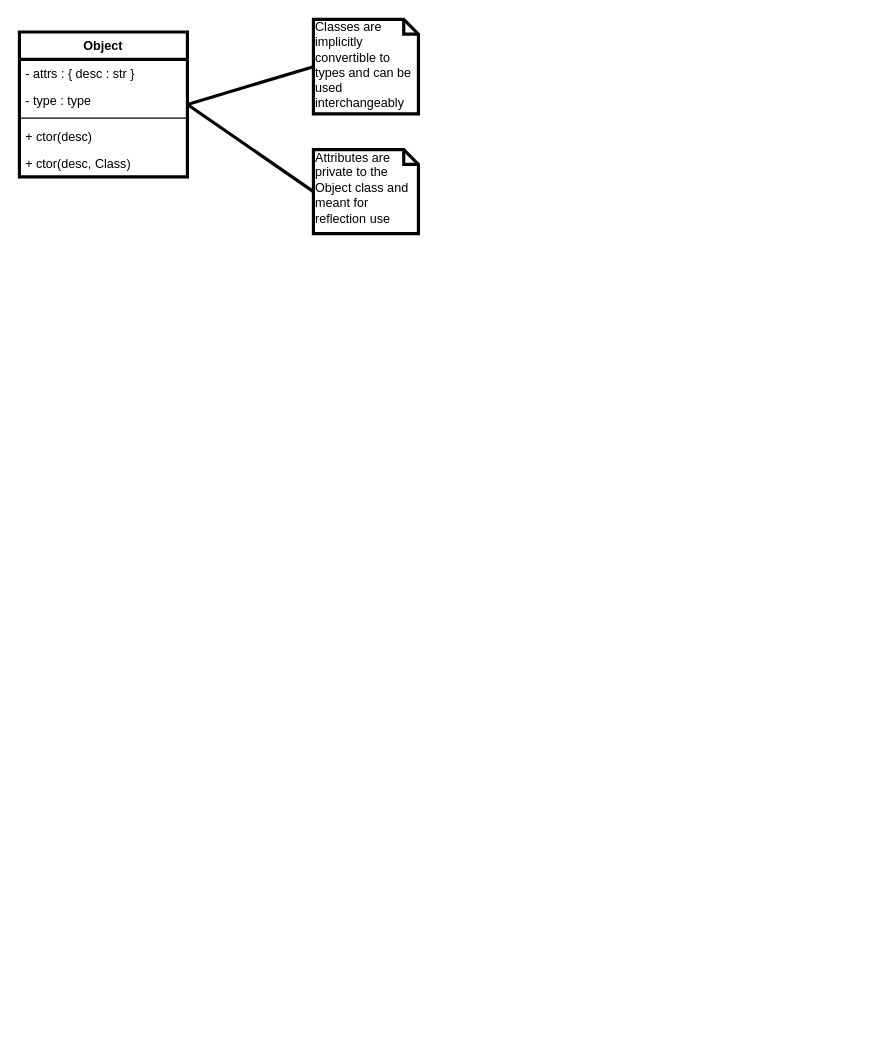
This is page "CoreClasses" (4 of 5) of docs/source/developer/uml.drawio from CMakePP/CMakePPLang, a draw.io file, before an edit. Source tidied: cells renumbered, new cells numbered last; positions are measured from the earlier drawing's top-left corner, leaving out a move shared by most shapes. Both pictures are drawn from the tidied source at 105%, with x=0, y=0 at pixel (19, 19).
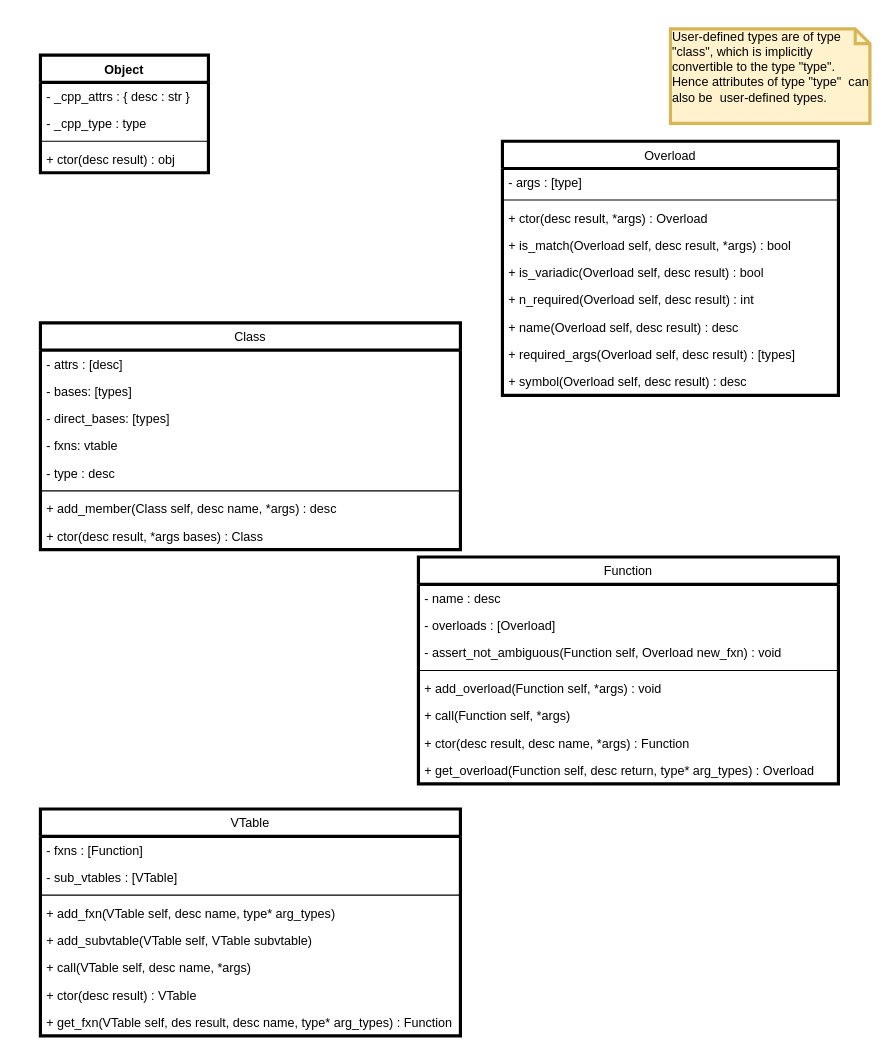
Above is the later version.

Diff of the diagram source:
```diff
@@
-    <mxCell id="2" style="edgeStyle=none;rounded=0;jettySize=auto;html=1;exitX=1;exitY=0.5;exitDx=0;exitDy=0;entryX=0;entryY=0.5;entryDx=0;entryDy=0;entryPerimeter=0;startArrow=none;startFill=0;endArrow=none;endFill=0;strokeWidth=3;" parent="1" edge="1" source="3" target="11">
-      <mxGeometry relative="1" as="geometry" />
-    </mxCell>
     <mxCell id="3" value="Object" style="swimlane;fontStyle=1;align=center;verticalAlign=top;horizontal=1;startSize=26;strokeWidth=3;" parent="1" vertex="1">
-      <mxGeometry y="12" width="160" height="138" as="geometry" />
+      <mxGeometry x="20" y="34" width="160" height="112" as="geometry" />
     </mxCell>
-    <mxCell id="4" value="- attrs : { desc : str }" style="text;strokeColor=none;fillColor=none;align=left;verticalAlign=top;spacingLeft=4;spacingRight=4;overflow=hidden;" parent="3" vertex="1">
+    <mxCell id="4" value="- _cpp_attrs : { desc : str }" style="text;strokeColor=none;fillColor=none;align=left;verticalAlign=top;spacingLeft=4;spacingRight=4;overflow=hidden;" parent="3" vertex="1">
       <mxGeometry y="26" width="160" height="26" as="geometry" />
     </mxCell>
-    <mxCell id="5" value="- type : type" style="text;strokeColor=none;fillColor=none;align=left;verticalAlign=top;spacingLeft=4;spacingRight=4;overflow=hidden;" parent="3" vertex="1">
+    <mxCell id="5" value="- _cpp_type : type" style="text;strokeColor=none;fillColor=none;align=left;verticalAlign=top;spacingLeft=4;spacingRight=4;overflow=hidden;" parent="3" vertex="1">
       <mxGeometry y="52" width="160" height="26" as="geometry" />
     </mxCell>
@@
-    <mxCell id="7" value="+ ctor(desc)" style="text;strokeColor=none;fillColor=none;align=left;verticalAlign=top;spacingLeft=4;spacingRight=4;overflow=hidden;" parent="3" vertex="1">
+    <mxCell id="7" value="+ ctor(desc result) : obj" style="text;strokeColor=none;fillColor=none;align=left;verticalAlign=top;spacingLeft=4;spacingRight=4;overflow=hidden;" parent="3" vertex="1">
       <mxGeometry y="86" width="160" height="26" as="geometry" />
     </mxCell>
-    <mxCell id="8" value="+ ctor(desc, Class)" style="text;strokeColor=none;fillColor=none;align=left;verticalAlign=top;spacingLeft=4;spacingRight=4;overflow=hidden;" parent="3" vertex="1">
-      <mxGeometry y="112" width="160" height="26" as="geometry" />
-    </mxCell>
-    <mxCell id="9" style="rounded=0;jettySize=auto;html=1;exitX=0;exitY=0.5;exitDx=0;exitDy=0;exitPerimeter=0;entryX=1;entryY=0.5;entryDx=0;entryDy=0;startArrow=none;startFill=0;endArrow=none;endFill=0;strokeWidth=3;" parent="1" edge="1" source="10" target="3">
-      <mxGeometry relative="1" as="geometry" />
-    </mxCell>
-    <mxCell id="10" value="Classes are implicitly convertible to types and can be used interchangeably" style="shape=note;whiteSpace=wrap;html=1;size=14;verticalAlign=top;align=left;spacingTop=-6;strokeWidth=3;" parent="1" vertex="1">
-      <mxGeometry x="280" width="100" height="90" as="geometry" />
+    <mxCell id="10" value="User-defined types are of type &quot;class&quot;, which is implicitly convertible to the type &quot;type&quot;. Hence attributes of type &quot;type&quot;&amp;nbsp; can also be&amp;nbsp; user-defined types." style="shape=note;whiteSpace=wrap;html=1;size=14;verticalAlign=top;align=left;spacingTop=-6;strokeWidth=3;fillColor=#fff2cc;strokeColor=#d6b656;" parent="1" vertex="1">
+      <mxGeometry x="620" y="9" width="190" height="90" as="geometry" />
     </mxCell>
-    <mxCell id="11" value="Attributes are&lt;br&gt;private to the Object class and meant for reflection use" style="shape=note;whiteSpace=wrap;html=1;size=14;verticalAlign=top;align=left;spacingTop=-6;strokeWidth=3;" parent="1" vertex="1">
-      <mxGeometry x="280" y="124" width="100" height="80" as="geometry" />
-    </mxCell>
+    <mxCell id="12" value="Overload" style="swimlane;fontStyle=0;horizontal=1;startSize=26;fillColor=none;strokeWidth=3;align=center;" parent="1" vertex="1">
+      <mxGeometry x="460" y="116" width="320" height="242" as="geometry" />
+    </mxCell>
+    <mxCell id="13" value="- args : [type]" style="text;strokeColor=none;fillColor=none;align=left;verticalAlign=top;spacingLeft=4;spacingRight=4;overflow=hidden;" parent="12" vertex="1">
+      <mxGeometry y="26" width="320" height="26" as="geometry" />
+    </mxCell>
+    <mxCell id="14" style="line;strokeWidth=1;fillColor=none;align=left;verticalAlign=middle;spacingTop=-1;spacingLeft=3;spacingRight=3;labelPosition=right;" parent="12" vertex="1">
+      <mxGeometry y="52" width="320" height="8" as="geometry" />
+    </mxCell>
+    <mxCell id="15" value="+ ctor(desc result, *args) : Overload" style="text;strokeColor=none;fillColor=none;align=left;verticalAlign=top;spacingLeft=4;spacingRight=4;overflow=hidden;" parent="12" vertex="1">
+      <mxGeometry y="60" width="320" height="26" as="geometry" />
+    </mxCell>
+    <mxCell id="16" value="+ is_match(Overload self, desc result, *args) : bool" style="text;strokeColor=none;fillColor=none;align=left;verticalAlign=top;spacingLeft=4;spacingRight=4;overflow=hidden;" parent="12" vertex="1">
+      <mxGeometry y="86" width="320" height="26" as="geometry" />
+    </mxCell>
+    <mxCell id="17" value="+ is_variadic(Overload self, desc result) : bool" style="text;strokeColor=none;fillColor=none;align=left;verticalAlign=top;spacingLeft=4;spacingRight=4;overflow=hidden;" parent="12" vertex="1">
+      <mxGeometry y="112" width="320" height="26" as="geometry" />
+    </mxCell>
+    <mxCell id="18" value="+ n_required(Overload self, desc result) : int" style="text;strokeColor=none;fillColor=none;align=left;verticalAlign=top;spacingLeft=4;spacingRight=4;overflow=hidden;" parent="12" vertex="1">
+      <mxGeometry y="138" width="320" height="26" as="geometry" />
+    </mxCell>
+    <mxCell id="19" value="+ name(Overload self, desc result) : desc" style="text;strokeColor=none;fillColor=none;align=left;verticalAlign=top;spacingLeft=4;spacingRight=4;overflow=hidden;" parent="12" vertex="1">
+      <mxGeometry y="164" width="320" height="26" as="geometry" />
+    </mxCell>
+    <mxCell id="20" value="+ required_args(Overload self, desc result) : [types]" style="text;strokeColor=none;fillColor=none;align=left;verticalAlign=top;spacingLeft=4;spacingRight=4;overflow=hidden;" parent="12" vertex="1">
+      <mxGeometry y="190" width="320" height="26" as="geometry" />
+    </mxCell>
+    <mxCell id="21" value="+ symbol(Overload self, desc result) : desc" style="text;strokeColor=none;fillColor=none;align=left;verticalAlign=top;spacingLeft=4;spacingRight=4;overflow=hidden;" parent="12" vertex="1">
+      <mxGeometry y="216" width="320" height="26" as="geometry" />
+    </mxCell>
+    <mxCell id="22" value="Function" style="swimlane;fontStyle=0;horizontal=1;startSize=26;fillColor=none;strokeWidth=3;align=center;" parent="1" vertex="1">
+      <mxGeometry x="380" y="512" width="400" height="216" as="geometry" />
+    </mxCell>
+    <mxCell id="23" value="- name : desc" style="text;strokeColor=none;fillColor=none;align=left;verticalAlign=top;spacingLeft=4;spacingRight=4;overflow=hidden;" parent="22" vertex="1">
+      <mxGeometry y="26" width="400" height="26" as="geometry" />
+    </mxCell>
+    <mxCell id="24" value="- overloads : [Overload]" style="text;strokeColor=none;fillColor=none;align=left;verticalAlign=top;spacingLeft=4;spacingRight=4;overflow=hidden;" parent="22" vertex="1">
+      <mxGeometry y="52" width="400" height="26" as="geometry" />
+    </mxCell>
+    <mxCell id="25" value="- assert_not_ambiguous(Function self, Overload new_fxn) : void" style="text;strokeColor=none;fillColor=none;align=left;verticalAlign=top;spacingLeft=4;spacingRight=4;overflow=hidden;" parent="22" vertex="1">
+      <mxGeometry y="78" width="400" height="26" as="geometry" />
+    </mxCell>
+    <mxCell id="26" style="line;strokeWidth=1;fillColor=none;align=left;verticalAlign=middle;spacingTop=-1;spacingLeft=3;spacingRight=3;labelPosition=right;" parent="22" vertex="1">
+      <mxGeometry y="104" width="400" height="8" as="geometry" />
+    </mxCell>
+    <mxCell id="27" value="+ add_overload(Function self, *args) : void" style="text;strokeColor=none;fillColor=none;align=left;verticalAlign=top;spacingLeft=4;spacingRight=4;overflow=hidden;" parent="22" vertex="1">
+      <mxGeometry y="112" width="400" height="26" as="geometry" />
+    </mxCell>
+    <mxCell id="28" value="+ call(Function self, *args)" style="text;strokeColor=none;fillColor=none;align=left;verticalAlign=top;spacingLeft=4;spacingRight=4;overflow=hidden;" parent="22" vertex="1">
+      <mxGeometry y="138" width="400" height="26" as="geometry" />
+    </mxCell>
+    <mxCell id="29" value="+ ctor(desc result, desc name, *args) : Function" style="text;strokeColor=none;fillColor=none;align=left;verticalAlign=top;spacingLeft=4;spacingRight=4;overflow=hidden;" parent="22" vertex="1">
+      <mxGeometry y="164" width="400" height="26" as="geometry" />
+    </mxCell>
+    <mxCell id="30" value="+ get_overload(Function self, desc return, type* arg_types) : Overload" style="text;strokeColor=none;fillColor=none;align=left;verticalAlign=top;spacingLeft=4;spacingRight=4;overflow=hidden;" parent="22" vertex="1">
+      <mxGeometry y="190" width="400" height="26" as="geometry" />
+    </mxCell>
+    <mxCell id="31" value="VTable" style="swimlane;fontStyle=0;horizontal=1;startSize=26;fillColor=none;strokeWidth=3;align=center;" parent="1" vertex="1">
+      <mxGeometry x="20" y="752" width="400" height="216" as="geometry" />
+    </mxCell>
+    <mxCell id="32" value="- fxns : [Function]" style="text;strokeColor=none;fillColor=none;align=left;verticalAlign=top;spacingLeft=4;spacingRight=4;overflow=hidden;" parent="31" vertex="1">
+      <mxGeometry y="26" width="400" height="26" as="geometry" />
+    </mxCell>
+    <mxCell id="33" value="- sub_vtables : [VTable]" style="text;strokeColor=none;fillColor=none;align=left;verticalAlign=top;spacingLeft=4;spacingRight=4;overflow=hidden;" parent="31" vertex="1">
+      <mxGeometry y="52" width="400" height="26" as="geometry" />
+    </mxCell>
+    <mxCell id="34" style="line;strokeWidth=1;fillColor=none;align=left;verticalAlign=middle;spacingTop=-1;spacingLeft=3;spacingRight=3;labelPosition=right;" parent="31" vertex="1">
+      <mxGeometry y="78" width="400" height="8" as="geometry" />
+    </mxCell>
+    <mxCell id="35" value="+ add_fxn(VTable self, desc name, type* arg_types)" style="text;strokeColor=none;fillColor=none;align=left;verticalAlign=top;spacingLeft=4;spacingRight=4;overflow=hidden;" parent="31" vertex="1">
+      <mxGeometry y="86" width="400" height="26" as="geometry" />
+    </mxCell>
+    <mxCell id="36" value="+ add_subvtable(VTable self, VTable subvtable)" style="text;strokeColor=none;fillColor=none;align=left;verticalAlign=top;spacingLeft=4;spacingRight=4;overflow=hidden;" parent="31" vertex="1">
+      <mxGeometry y="112" width="400" height="26" as="geometry" />
+    </mxCell>
+    <mxCell id="37" value="+ call(VTable self, desc name, *args) " style="text;strokeColor=none;fillColor=none;align=left;verticalAlign=top;spacingLeft=4;spacingRight=4;overflow=hidden;" parent="31" vertex="1">
+      <mxGeometry y="138" width="400" height="26" as="geometry" />
+    </mxCell>
+    <mxCell id="38" value="+ ctor(desc result) : VTable" style="text;strokeColor=none;fillColor=none;align=left;verticalAlign=top;spacingLeft=4;spacingRight=4;overflow=hidden;" parent="31" vertex="1">
+      <mxGeometry y="164" width="400" height="26" as="geometry" />
+    </mxCell>
+    <mxCell id="39" value="+ get_fxn(VTable self, des result, desc name, type* arg_types) : Function" style="text;strokeColor=none;fillColor=none;align=left;verticalAlign=top;spacingLeft=4;spacingRight=4;overflow=hidden;" parent="31" vertex="1">
+      <mxGeometry y="190" width="400" height="26" as="geometry" />
+    </mxCell>
+    <mxCell id="40" value="Class" style="swimlane;fontStyle=0;horizontal=1;startSize=26;fillColor=none;strokeWidth=3;align=center;" parent="1" vertex="1">
+      <mxGeometry x="20" y="289" width="400" height="216" as="geometry" />
+    </mxCell>
+    <mxCell id="41" value="- attrs : [desc]" style="text;strokeColor=none;fillColor=none;align=left;verticalAlign=top;spacingLeft=4;spacingRight=4;overflow=hidden;" parent="40" vertex="1">
+      <mxGeometry y="26" width="400" height="26" as="geometry" />
+    </mxCell>
+    <mxCell id="42" value="- bases: [types]" style="text;strokeColor=none;fillColor=none;align=left;verticalAlign=top;spacingLeft=4;spacingRight=4;overflow=hidden;" parent="40" vertex="1">
+      <mxGeometry y="52" width="400" height="26" as="geometry" />
+    </mxCell>
+    <mxCell id="43" value="- direct_bases: [types]" style="text;strokeColor=none;fillColor=none;align=left;verticalAlign=top;spacingLeft=4;spacingRight=4;overflow=hidden;" parent="40" vertex="1">
+      <mxGeometry y="78" width="400" height="26" as="geometry" />
+    </mxCell>
+    <mxCell id="44" value="- fxns: vtable" style="text;strokeColor=none;fillColor=none;align=left;verticalAlign=top;spacingLeft=4;spacingRight=4;overflow=hidden;" parent="40" vertex="1">
+      <mxGeometry y="104" width="400" height="26" as="geometry" />
+    </mxCell>
+    <mxCell id="45" value="- type : desc" style="text;strokeColor=none;fillColor=none;align=left;verticalAlign=top;spacingLeft=4;spacingRight=4;overflow=hidden;" parent="40" vertex="1">
+      <mxGeometry y="130" width="400" height="26" as="geometry" />
+    </mxCell>
+    <mxCell id="46" style="line;strokeWidth=1;fillColor=none;align=left;verticalAlign=middle;spacingTop=-1;spacingLeft=3;spacingRight=3;labelPosition=right;" parent="40" vertex="1">
+      <mxGeometry y="156" width="400" height="8" as="geometry" />
+    </mxCell>
+    <mxCell id="47" value="+ add_member(Class self, desc name, *args) : desc" style="text;strokeColor=none;fillColor=none;align=left;verticalAlign=top;spacingLeft=4;spacingRight=4;overflow=hidden;" parent="40" vertex="1">
+      <mxGeometry y="164" width="400" height="26" as="geometry" />
+    </mxCell>
+    <mxCell id="48" value="+ ctor(desc result, *args bases) : Class" style="text;strokeColor=none;fillColor=none;align=left;verticalAlign=top;spacingLeft=4;spacingRight=4;overflow=hidden;" parent="40" vertex="1">
+      <mxGeometry y="190" width="400" height="26" as="geometry" />
+    </mxCell>
```
